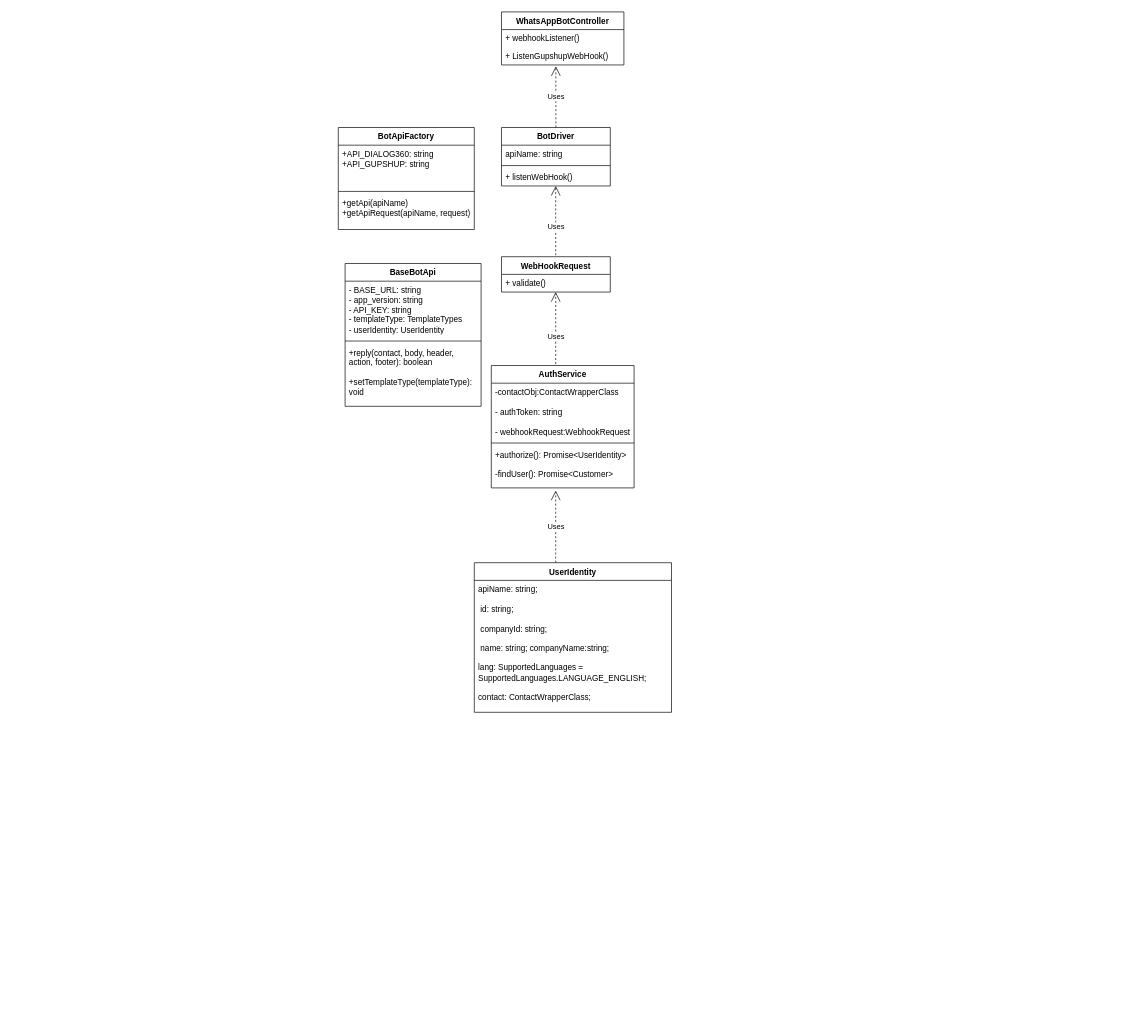
This is Untitled Diagram.drawio from NaNshekhar04/habit-tracker, a draw.io file, before an edit. Source tidied: cells renumbered, new cells numbered last; positions are measured from the earlier drawing's top-left corner, leaving out a move shared by most shapes. Both pictures are drawn from the tidied source at 68%, with x=0, y=0 at pixel (338, 12).
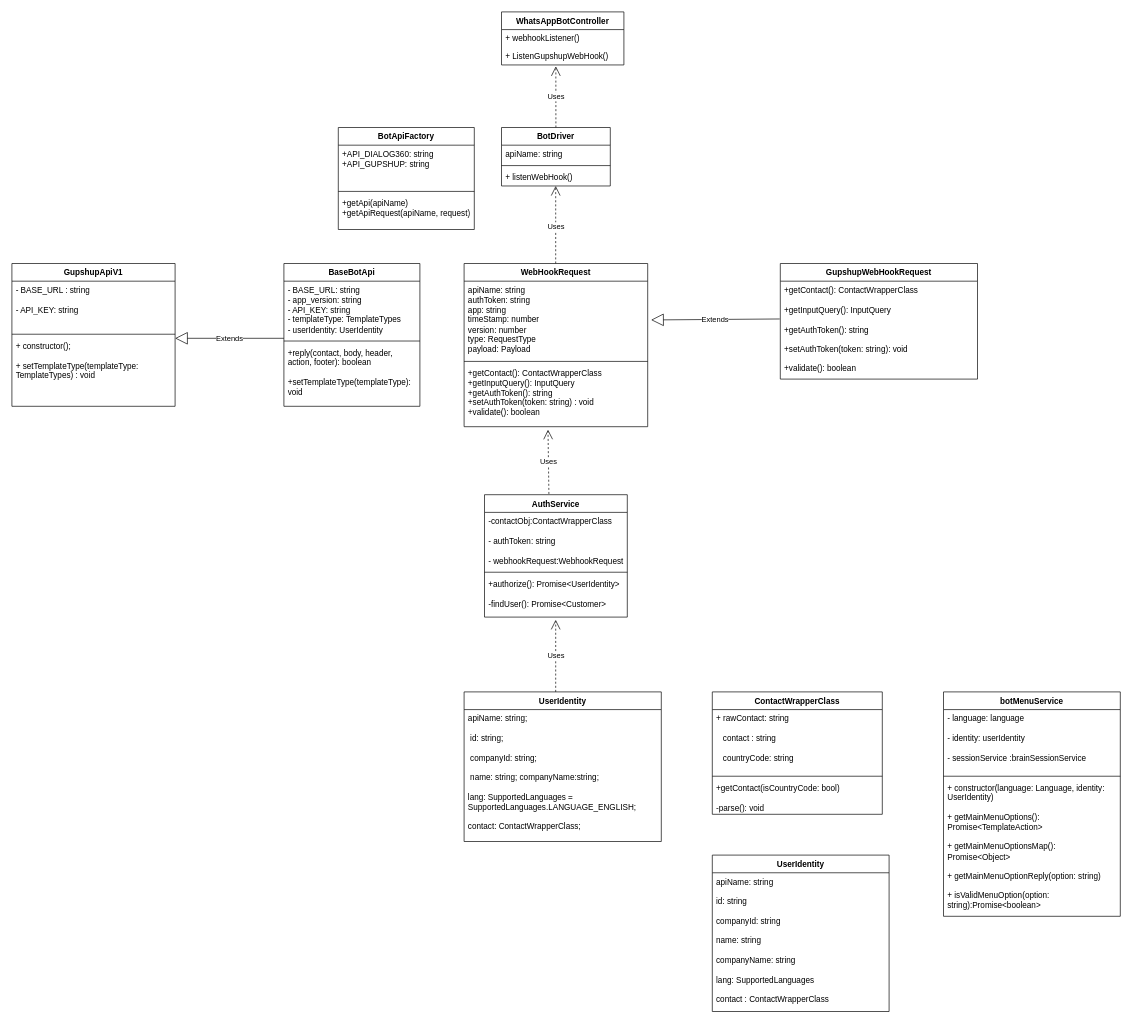
The same diagram, later.

Change to the diagram source:
```diff
@@
-    <mxCell id="11" value="WebHookRequest" style="swimlane;fontStyle=1;align=center;verticalAlign=top;horizontal=1;startSize=26;whiteSpace=wrap;html=1;" parent="1" vertex="1">
-      <mxGeometry x="240" y="360" width="160" height="52" as="geometry" />
-    </mxCell>
-    <mxCell id="12" value="+ validate()" style="text;strokeColor=none;fillColor=none;align=left;verticalAlign=top;spacingLeft=4;spacingRight=4;overflow=hidden;whiteSpace=wrap;html=1;" parent="11" vertex="1">
-      <mxGeometry y="26" width="160" height="26" as="geometry" />
-    </mxCell>
-    <mxCell id="13" value="Uses" style="endArrow=open;endSize=12;dashed=1;html=1;rounded=0;" parent="1" edge="1">
-      <mxGeometry relative="1" as="geometry">
-        <mxPoint x="319.7" y="542" as="sourcePoint" />
-        <mxPoint x="319.7" y="412" as="targetPoint" />
-      </mxGeometry>
+    <mxCell id="13" value="Uses" style="endArrow=open;endSize=12;dashed=1;html=1;rounded=0;entryX=0.457;entryY=1.048;entryDx=0;entryDy=0;entryPerimeter=0;exitX=0.451;exitY=-0.006;exitDx=0;exitDy=0;exitPerimeter=0;" parent="1" edge="1" source="17" target="31">
+      <mxGeometry relative="1" as="geometry" />
     </mxCell>
     <mxCell id="14" value="Uses" style="endArrow=open;endSize=12;dashed=1;html=1;rounded=0;" parent="1" edge="1">
       <mxGeometry relative="1" as="geometry">
-        <mxPoint x="319.7" y="810" as="sourcePoint" />
-        <mxPoint x="319.7" y="704" as="targetPoint" />
+        <mxPoint x="319.7" y="1000" as="sourcePoint" />
+        <mxPoint x="319.7" y="894" as="targetPoint" />
       </mxGeometry>
     </mxCell>
     <mxCell id="15" value="UserIdentity" style="swimlane;fontStyle=1;align=center;verticalAlign=top;horizontal=1;startSize=26;whiteSpace=wrap;html=1;" parent="1" vertex="1">
-      <mxGeometry x="200" y="810" width="290" height="220" as="geometry" />
+      <mxGeometry x="185" y="1000" width="290" height="220" as="geometry" />
     </mxCell>
@@
     <mxCell id="17" value="AuthService" style="swimlane;fontStyle=1;align=center;verticalAlign=top;horizontal=1;startSize=26;whiteSpace=wrap;html=1;" parent="1" vertex="1">
-      <mxGeometry x="225" y="520" width="210" height="180" as="geometry" />
+      <mxGeometry x="215" y="710" width="210" height="180" as="geometry" />
     </mxCell>
@@
     <mxCell id="25" value="BaseBotApi" style="swimlane;fontStyle=1;align=center;verticalAlign=top;horizontal=1;startSize=26;whiteSpace=wrap;html=1;" parent="1" vertex="1">
-      <mxGeometry x="10" y="370" width="200" height="210" as="geometry" />
+      <mxGeometry x="-80" y="370" width="200" height="210" as="geometry" />
     </mxCell>
@@
+    <mxCell id="11" value="WebHookRequest" style="swimlane;fontStyle=1;align=center;verticalAlign=top;horizontal=1;startSize=26;whiteSpace=wrap;html=1;" parent="1" vertex="1">
+      <mxGeometry x="185" y="370" width="270" height="240" as="geometry" />
+    </mxCell>
+    <mxCell id="29" value="apiName: string&lt;br&gt;authToken: string&lt;br&gt;app: string&lt;br&gt;timeStamp: number&lt;br&gt;version: number&lt;br&gt;type: RequestType&lt;br&gt;payload: Payload" style="text;strokeColor=none;fillColor=none;align=left;verticalAlign=top;spacingLeft=4;spacingRight=4;overflow=hidden;whiteSpace=wrap;html=1;" parent="11" vertex="1">
+      <mxGeometry y="26" width="270" height="114" as="geometry" />
+    </mxCell>
+    <mxCell id="30" style="line;strokeWidth=1;fillColor=none;align=left;verticalAlign=middle;spacingTop=-1;spacingLeft=3;spacingRight=3;labelPosition=right;strokeColor=inherit;" parent="11" vertex="1">
+      <mxGeometry y="140" width="270" height="8" as="geometry" />
+    </mxCell>
+    <mxCell id="31" value="+getContact(): ContactWrapperClass&lt;br&gt;+getInputQuery(): InputQuery&lt;br&gt;+getAuthToken(): string&lt;br&gt;+setAuthToken(token: string) : void&lt;br&gt;+validate(): boolean" style="text;strokeColor=none;fillColor=none;align=left;verticalAlign=top;spacingLeft=4;spacingRight=4;overflow=hidden;points=[[0,0.5],[1,0.5]];portConstraint=eastwest;whiteSpace=wrap;html=1;" parent="11" vertex="1">
+      <mxGeometry y="148" width="270" height="92" as="geometry" />
+    </mxCell>
+    <mxCell id="32" value="GupshupWebHookRequest" style="swimlane;fontStyle=1;align=center;verticalAlign=top;horizontal=1;startSize=26;whiteSpace=wrap;html=1;" parent="1" vertex="1">
+      <mxGeometry x="650" y="370" width="290" height="170" as="geometry" />
+    </mxCell>
+    <mxCell id="33" value="+getContact(): ContactWrapperClass&lt;br&gt;&lt;br&gt;+getInputQuery(): InputQuery&lt;br&gt;&lt;br&gt;+getAuthToken(): string&lt;br&gt;&lt;br&gt;+setAuthToken(token: string): void&lt;br&gt;&lt;br&gt;+validate(): boolean" style="text;strokeColor=none;fillColor=none;align=left;verticalAlign=top;spacingLeft=4;spacingRight=4;overflow=hidden;points=[[0,0.5],[1,0.5]];portConstraint=eastwest;whiteSpace=wrap;html=1;" parent="32" vertex="1">
+      <mxGeometry y="26" width="290" height="144" as="geometry" />
+    </mxCell>
+    <mxCell id="34" value="Extends" style="endArrow=block;endSize=16;endFill=0;html=1;rounded=0;exitX=-0.003;exitY=0.386;exitDx=0;exitDy=0;exitPerimeter=0;" parent="1" edge="1" source="33">
+      <mxGeometry relative="1" as="geometry">
+        <mxPoint x="460" y="453" as="targetPoint" />
+      </mxGeometry>
+    </mxCell>
+    <mxCell id="35" value="ContactWrapperClass" style="swimlane;fontStyle=1;align=center;verticalAlign=top;horizontal=1;startSize=26;whiteSpace=wrap;html=1;" parent="1" vertex="1">
+      <mxGeometry x="550" y="1000" width="250" height="180" as="geometry" />
+    </mxCell>
+    <mxCell id="36" value="+ rawContact: string&lt;br&gt;&lt;br&gt;&amp;nbsp; &amp;nbsp;contact : string&lt;br&gt;&lt;br&gt;&amp;nbsp; &amp;nbsp;countryCode: string" style="text;strokeColor=none;fillColor=none;align=left;verticalAlign=top;spacingLeft=4;spacingRight=4;overflow=hidden;whiteSpace=wrap;html=1;" parent="35" vertex="1">
+      <mxGeometry y="26" width="250" height="94" as="geometry" />
+    </mxCell>
+    <mxCell id="37" style="line;strokeWidth=1;fillColor=none;align=left;verticalAlign=middle;spacingTop=-1;spacingLeft=3;spacingRight=3;labelPosition=right;strokeColor=inherit;" parent="35" vertex="1">
+      <mxGeometry y="120" width="250" height="8" as="geometry" />
+    </mxCell>
+    <mxCell id="38" value="+getContact(isCountryCode: bool)&lt;br&gt;&lt;br&gt;-parse(): void " style="text;strokeColor=none;fillColor=none;align=left;verticalAlign=top;spacingLeft=4;spacingRight=4;overflow=hidden;whiteSpace=wrap;html=1;" parent="35" vertex="1">
+      <mxGeometry y="128" width="250" height="52" as="geometry" />
+    </mxCell>
+    <mxCell id="39" value="UserIdentity" style="swimlane;fontStyle=1;align=center;verticalAlign=top;horizontal=1;startSize=26;whiteSpace=wrap;html=1;" parent="1" vertex="1">
+      <mxGeometry x="550" y="1240" width="260" height="230" as="geometry" />
+    </mxCell>
+    <mxCell id="40" value="apiName: string&lt;br&gt;&lt;br&gt;id: string&lt;br&gt;&lt;br&gt;companyId: string&lt;br&gt;&lt;br&gt;name: string&lt;br&gt;&lt;br&gt;companyName: string&lt;br&gt;&lt;br&gt;lang: SupportedLanguages&lt;br&gt;&lt;br&gt;contact : ContactWrapperClass&lt;br&gt;&lt;br&gt;" style="text;strokeColor=none;fillColor=none;align=left;verticalAlign=top;spacingLeft=4;spacingRight=4;overflow=hidden;whiteSpace=wrap;html=1;" parent="1" vertex="1">
+      <mxGeometry x="550" y="1266" width="260" height="204" as="geometry" />
+    </mxCell>
+    <mxCell id="41" value="botMenuService" style="swimlane;fontStyle=1;align=center;verticalAlign=top;horizontal=1;startSize=26;whiteSpace=wrap;html=1;" parent="1" vertex="1">
+      <mxGeometry x="890" y="1000" width="260" height="330" as="geometry" />
+    </mxCell>
+    <mxCell id="42" value="- language: language&lt;br&gt;&lt;br&gt;- identity: userIdentity&lt;br&gt;&lt;br&gt;- sessionService :brainSessionService&lt;br&gt;&lt;br&gt;" style="text;strokeColor=none;fillColor=none;align=left;verticalAlign=top;spacingLeft=4;spacingRight=4;overflow=hidden;whiteSpace=wrap;html=1;" parent="41" vertex="1">
+      <mxGeometry y="26" width="260" height="94" as="geometry" />
+    </mxCell>
+    <mxCell id="43" style="line;strokeWidth=1;fillColor=none;align=left;verticalAlign=middle;spacingTop=-1;spacingLeft=3;spacingRight=3;labelPosition=right;strokeColor=inherit;" parent="41" vertex="1">
+      <mxGeometry y="120" width="260" height="8" as="geometry" />
+    </mxCell>
+    <mxCell id="44" value="+ constructor(language: Language, identity: UserIdentity)&lt;br&gt;&lt;br&gt;+ getMainMenuOptions(): Promise&amp;lt;TemplateAction&amp;gt;&lt;br&gt;&lt;br&gt;+ getMainMenuOptionsMap(): Promise&amp;lt;Object&amp;gt;&lt;br&gt;&lt;br&gt;+ getMainMenuOptionReply(option: string)&lt;br&gt;&lt;br&gt;+ isValidMenuOption(option: string):Promise&amp;lt;boolean&amp;gt;" style="text;strokeColor=none;fillColor=none;align=left;verticalAlign=top;spacingLeft=4;spacingRight=4;overflow=hidden;whiteSpace=wrap;html=1;" parent="41" vertex="1">
+      <mxGeometry y="128" width="260" height="202" as="geometry" />
+    </mxCell>
+    <mxCell id="45" value="Extends" style="endArrow=block;endSize=16;endFill=0;html=1;rounded=0;" parent="1" edge="1">
+      <mxGeometry relative="1" as="geometry">
+        <mxPoint x="-80" y="480" as="sourcePoint" />
+        <mxPoint x="-240" y="480" as="targetPoint" />
+      </mxGeometry>
+    </mxCell>
+    <mxCell id="46" value="GupshupApiV1" style="swimlane;fontStyle=1;align=center;verticalAlign=top;horizontal=1;startSize=26;whiteSpace=wrap;html=1;" parent="1" vertex="1">
+      <mxGeometry x="-480" y="370" width="240" height="210" as="geometry" />
+    </mxCell>
+    <mxCell id="47" value="- BASE_URL : string&lt;br&gt;&lt;br&gt;- API_KEY: string" style="text;strokeColor=none;fillColor=none;align=left;verticalAlign=top;spacingLeft=4;spacingRight=4;overflow=hidden;whiteSpace=wrap;html=1;" parent="46" vertex="1">
+      <mxGeometry y="26" width="240" height="74" as="geometry" />
+    </mxCell>
+    <mxCell id="48" style="line;strokeWidth=1;fillColor=none;align=left;verticalAlign=middle;spacingTop=-1;spacingLeft=3;spacingRight=3;labelPosition=right;strokeColor=inherit;" parent="46" vertex="1">
+      <mxGeometry y="100" width="240" height="8" as="geometry" />
+    </mxCell>
+    <mxCell id="49" value="+ constructor();&lt;br&gt;&lt;br&gt;+ setTemplateType(templateType: TemplateTypes) : void&lt;br&gt;&lt;br&gt;" style="text;strokeColor=none;fillColor=none;align=left;verticalAlign=top;spacingLeft=4;spacingRight=4;overflow=hidden;whiteSpace=wrap;html=1;" parent="46" vertex="1">
+      <mxGeometry y="108" width="240" height="102" as="geometry" />
+    </mxCell>
```
